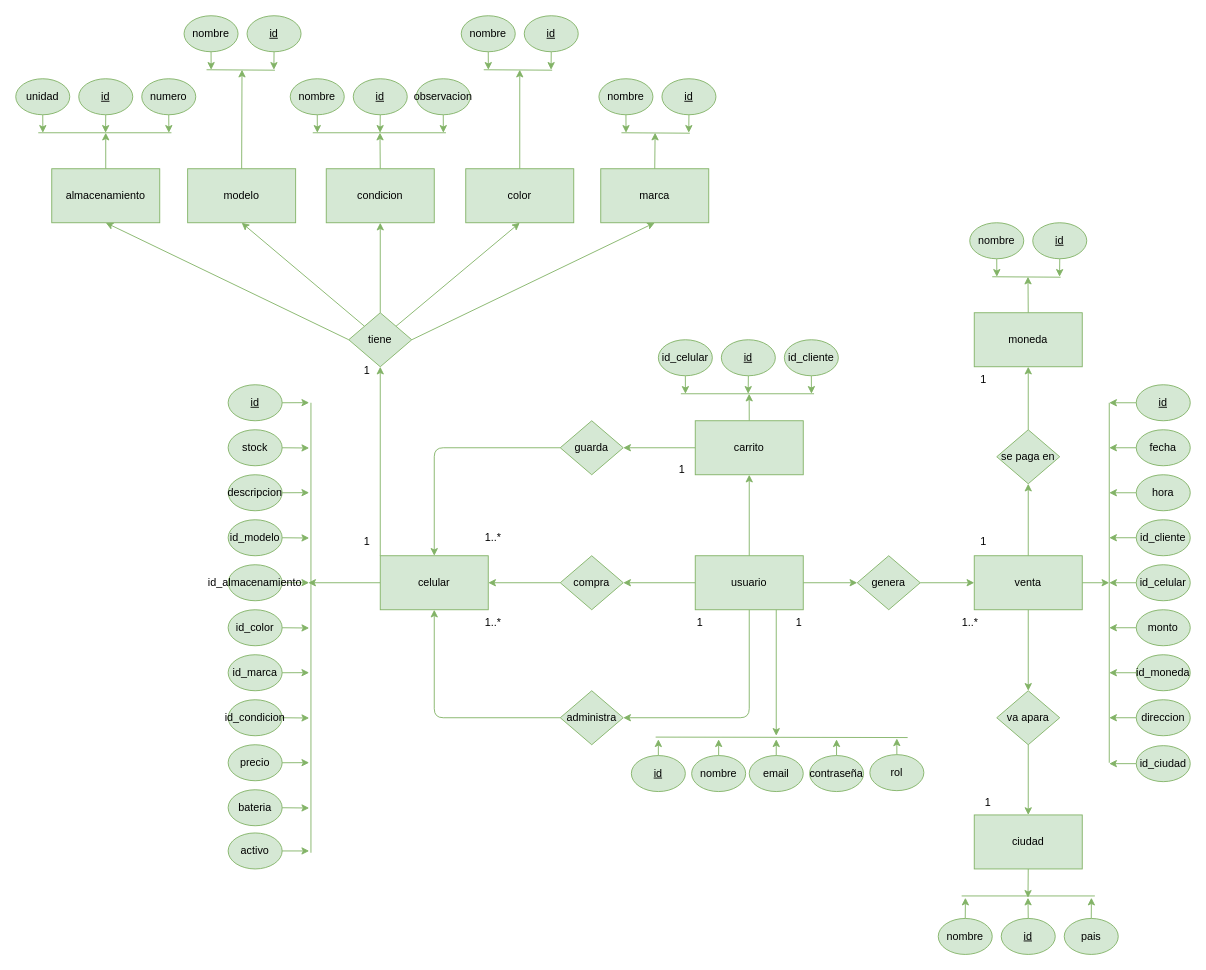
Above: celsmarket/docs/MER.drawio in juanalopez1/celsmarket-webpage (draw.io), before the change. Source tidied: cells renumbered, new cells numbered last; positions are measured from the earlier drawing's top-left corner, leaving out a move shared by most shapes. Both pictures are drawn from the tidied source at 90%, with x=0, y=0 at pixel (15, 15).
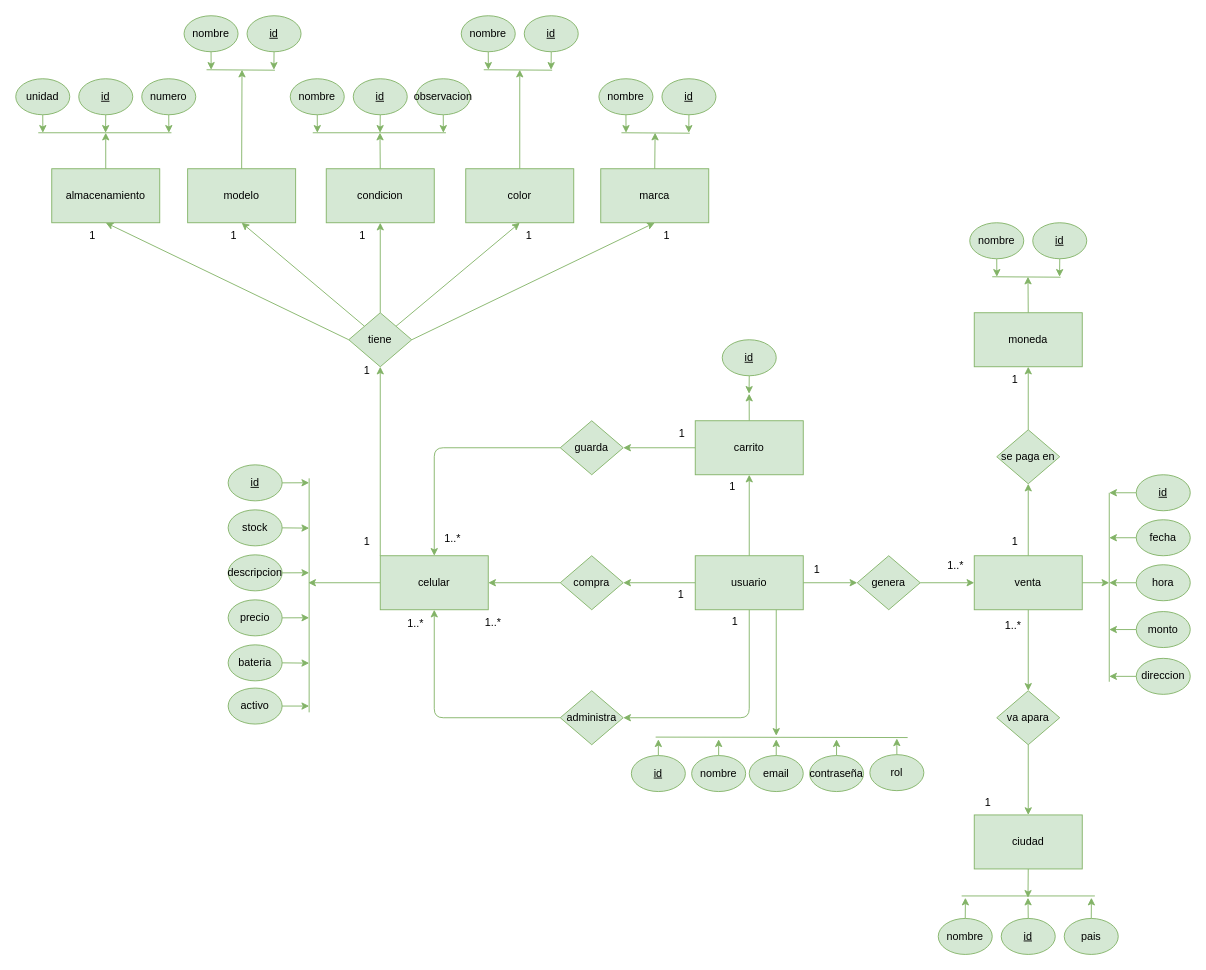
The same diagram, later.

Change to the diagram source:
```diff
@@
     <mxCell id="11" style="edgeStyle=none;html=1;exitX=1;exitY=0.5;exitDx=0;exitDy=0;fillColor=#d5e8d4;strokeColor=#82b366;" parent="1" edge="1" source="12">
       <mxGeometry relative="1" as="geometry">
-        <mxPoint x="326" y="429.9" as="targetPoint" />
+        <mxPoint x="326" y="518.9" as="targetPoint" />
       </mxGeometry>
     </mxCell>
     <mxCell id="12" value="&lt;u&gt;id&lt;/u&gt;" style="ellipse;whiteSpace=wrap;html=1;fillColor=#d5e8d4;strokeColor=#82b366;" parent="1" vertex="1">
-      <mxGeometry x="236" y="410" width="60" height="40" as="geometry" />
+      <mxGeometry x="236" y="499" width="60" height="40" as="geometry" />
     </mxCell>
     <mxCell id="13" style="edgeStyle=none;html=1;exitX=1;exitY=0.5;exitDx=0;exitDy=0;fillColor=#d5e8d4;strokeColor=#82b366;" parent="1" edge="1" source="14">
       <mxGeometry relative="1" as="geometry">
-        <mxPoint x="326" y="480.3" as="targetPoint" />
+        <mxPoint x="326" y="569.3" as="targetPoint" />
       </mxGeometry>
     </mxCell>
     <mxCell id="14" value="stock" style="ellipse;whiteSpace=wrap;html=1;fillColor=#d5e8d4;strokeColor=#82b366;" parent="1" vertex="1">
-      <mxGeometry x="236" y="460" width="60" height="40" as="geometry" />
+      <mxGeometry x="236" y="549" width="60" height="40" as="geometry" />
     </mxCell>
     <mxCell id="15" style="edgeStyle=none;html=1;exitX=1;exitY=0.5;exitDx=0;exitDy=0;fillColor=#d5e8d4;strokeColor=#82b366;" parent="1" edge="1" source="16">
       <mxGeometry relative="1" as="geometry">
-        <mxPoint x="326" y="529.9" as="targetPoint" />
+        <mxPoint x="326" y="618.9" as="targetPoint" />
       </mxGeometry>
     </mxCell>
     <mxCell id="16" value="descripcion" style="ellipse;whiteSpace=wrap;html=1;fillColor=#d5e8d4;strokeColor=#82b366;" parent="1" vertex="1">
-      <mxGeometry x="236" y="510" width="60" height="40" as="geometry" />
+      <mxGeometry x="236" y="599" width="60" height="40" as="geometry" />
     </mxCell>
-    <mxCell id="17" style="edgeStyle=none;html=1;exitX=1;exitY=0.5;exitDx=0;exitDy=0;fillColor=#d5e8d4;strokeColor=#82b366;" parent="1" edge="1" source="18">
-      <mxGeometry relative="1" as="geometry">
-        <mxPoint x="326" y="580.3" as="targetPoint" />
-      </mxGeometry>
-    </mxCell>
-    <mxCell id="18" value="id_modelo" style="ellipse;whiteSpace=wrap;html=1;fillColor=#d5e8d4;strokeColor=#82b366;" parent="1" vertex="1">
-      <mxGeometry x="236" y="560" width="60" height="40" as="geometry" />
-    </mxCell>
-    <mxCell id="19" style="edgeStyle=none;html=1;exitX=1;exitY=0.5;exitDx=0;exitDy=0;fillColor=#d5e8d4;strokeColor=#82b366;" parent="1" edge="1" source="20">
-      <mxGeometry relative="1" as="geometry">
-        <mxPoint x="326" y="680.3" as="targetPoint" />
-      </mxGeometry>
-    </mxCell>
-    <mxCell id="20" value="id_color" style="ellipse;whiteSpace=wrap;html=1;fillColor=#d5e8d4;strokeColor=#82b366;" parent="1" vertex="1">
-      <mxGeometry x="236" y="660" width="60" height="40" as="geometry" />
-    </mxCell>
-    <mxCell id="21" style="edgeStyle=none;html=1;exitX=1;exitY=0.5;exitDx=0;exitDy=0;fillColor=#d5e8d4;strokeColor=#82b366;" parent="1" edge="1" source="22">
-      <mxGeometry relative="1" as="geometry">
-        <mxPoint x="326" y="629.9" as="targetPoint" />
-      </mxGeometry>
-    </mxCell>
-    <mxCell id="22" value="id_almacenamiento" style="ellipse;whiteSpace=wrap;html=1;fillColor=#d5e8d4;strokeColor=#82b366;" parent="1" vertex="1">
-      <mxGeometry x="236" y="610" width="60" height="40" as="geometry" />
-    </mxCell>
-    <mxCell id="23" style="edgeStyle=none;html=1;exitX=1;exitY=0.5;exitDx=0;exitDy=0;fillColor=#d5e8d4;strokeColor=#82b366;" parent="1" edge="1" source="24">
-      <mxGeometry relative="1" as="geometry">
-        <mxPoint x="326" y="729.9" as="targetPoint" />
-      </mxGeometry>
-    </mxCell>
-    <mxCell id="24" value="id_marca" style="ellipse;whiteSpace=wrap;html=1;fillColor=#d5e8d4;strokeColor=#82b366;" parent="1" vertex="1">
-      <mxGeometry x="236" y="710" width="60" height="40" as="geometry" />
-    </mxCell>
-    <mxCell id="25" style="edgeStyle=none;html=1;exitX=1;exitY=0.5;exitDx=0;exitDy=0;fillColor=#d5e8d4;strokeColor=#82b366;" parent="1" edge="1" source="26">
-      <mxGeometry relative="1" as="geometry">
-        <mxPoint x="326" y="780.3" as="targetPoint" />
-      </mxGeometry>
-    </mxCell>
-    <mxCell id="26" value="id_condicion" style="ellipse;whiteSpace=wrap;html=1;fillColor=#d5e8d4;strokeColor=#82b366;" parent="1" vertex="1">
-      <mxGeometry x="236" y="760" width="60" height="40" as="geometry" />
-    </mxCell>
     <mxCell id="27" style="edgeStyle=none;html=1;exitX=1;exitY=0.5;exitDx=0;exitDy=0;fillColor=#d5e8d4;strokeColor=#82b366;" parent="1" edge="1" source="28">
       <mxGeometry relative="1" as="geometry">
-        <mxPoint x="326" y="829.9" as="targetPoint" />
+        <mxPoint x="326" y="668.9" as="targetPoint" />
       </mxGeometry>
     </mxCell>
     <mxCell id="28" value="precio" style="ellipse;whiteSpace=wrap;html=1;fillColor=#d5e8d4;strokeColor=#82b366;" parent="1" vertex="1">
-      <mxGeometry x="236" y="810" width="60" height="40" as="geometry" />
+      <mxGeometry x="236" y="649" width="60" height="40" as="geometry" />
     </mxCell>
     <mxCell id="29" style="edgeStyle=none;html=1;exitX=1;exitY=0.5;exitDx=0;exitDy=0;fillColor=#d5e8d4;strokeColor=#82b366;" parent="1" edge="1" source="30">
       <mxGeometry relative="1" as="geometry">
-        <mxPoint x="326" y="880.3" as="targetPoint" />
+        <mxPoint x="326" y="719.3" as="targetPoint" />
       </mxGeometry>
     </mxCell>
     <mxCell id="30" value="bateria" style="ellipse;whiteSpace=wrap;html=1;fillColor=#d5e8d4;strokeColor=#82b366;" parent="1" vertex="1">
-      <mxGeometry x="236" y="860" width="60" height="40" as="geometry" />
+      <mxGeometry x="236" y="699" width="60" height="40" as="geometry" />
     </mxCell>
@@
     <mxCell id="36" value="1" style="text;html=1;align=center;verticalAlign=middle;strokeColor=none;fillColor=none;" parent="1" vertex="1">
-      <mxGeometry x="745" y="660" width="30" height="30" as="geometry" />
+      <mxGeometry x="724" y="628" width="30" height="30" as="geometry" />
     </mxCell>
     <mxCell id="37" style="endArrow=none;html=1;fillColor=#d5e8d4;strokeColor=#82b366;" parent="1" edge="1">
       <mxGeometry relative="1" as="geometry">
-        <mxPoint x="328" y="930" as="sourcePoint" />
-        <mxPoint x="328" y="430" as="targetPoint" />
+        <mxPoint x="326" y="774" as="sourcePoint" />
+        <mxPoint x="326" y="514" as="targetPoint" />
       </mxGeometry>
     </mxCell>
@@
     <mxCell id="43" value="1..*" style="text;html=1;align=center;verticalAlign=middle;strokeColor=none;fillColor=none;" parent="1" vertex="1">
-      <mxGeometry x="510" y="565" width="40" height="30" as="geometry" />
+      <mxGeometry x="465" y="566" width="40" height="30" as="geometry" />
     </mxCell>
     <mxCell id="44" value="1" style="text;html=1;align=center;verticalAlign=middle;strokeColor=none;fillColor=none;" parent="1" vertex="1">
-      <mxGeometry x="725" y="490" width="30" height="30" as="geometry" />
+      <mxGeometry x="781" y="509" width="30" height="30" as="geometry" />
     </mxCell>
     <mxCell id="45" style="edgeStyle=none;html=1;exitX=1;exitY=0.5;exitDx=0;exitDy=0;fillColor=#d5e8d4;strokeColor=#82b366;" parent="1" edge="1" source="46">
       <mxGeometry relative="1" as="geometry">
-        <mxPoint x="326" y="928" as="targetPoint" />
+        <mxPoint x="326" y="767" as="targetPoint" />
       </mxGeometry>
     </mxCell>
     <mxCell id="46" value="activo" style="ellipse;whiteSpace=wrap;html=1;fillColor=#d5e8d4;strokeColor=#82b366;" parent="1" vertex="1">
-      <mxGeometry x="236" y="908" width="60" height="40" as="geometry" />
+      <mxGeometry x="236" y="747" width="60" height="40" as="geometry" />
     </mxCell>
@@
     <mxCell id="53" value="1" style="text;html=1;align=center;verticalAlign=middle;strokeColor=none;fillColor=none;" parent="1" vertex="1">
-      <mxGeometry x="855" y="660" width="30" height="30" as="geometry" />
+      <mxGeometry x="875" y="601" width="30" height="30" as="geometry" />
     </mxCell>
     <mxCell id="54" value="1..*" style="text;html=1;align=center;verticalAlign=middle;strokeColor=none;fillColor=none;" parent="1" vertex="1">
-      <mxGeometry x="1040" y="660" width="40" height="30" as="geometry" />
+      <mxGeometry x="1024" y="596" width="40" height="30" as="geometry" />
     </mxCell>
     <mxCell id="55" style="edgeStyle=none;html=1;exitX=0;exitY=0.5;exitDx=0;exitDy=0;fillColor=#d5e8d4;strokeColor=#82b366;" parent="1" edge="1" source="56">
       <mxGeometry relative="1" as="geometry">
-        <mxPoint x="1215" y="430" as="targetPoint" />
+        <mxPoint x="1215" y="530" as="targetPoint" />
       </mxGeometry>
     </mxCell>
     <mxCell id="56" value="&lt;u&gt;id&lt;/u&gt;" style="ellipse;whiteSpace=wrap;html=1;fillColor=#d5e8d4;strokeColor=#82b366;" parent="1" vertex="1">
-      <mxGeometry x="1245" y="410" width="60" height="40" as="geometry" />
+      <mxGeometry x="1245" y="510" width="60" height="40" as="geometry" />
     </mxCell>
     <mxCell id="57" style="edgeStyle=none;html=1;exitX=0;exitY=0.5;exitDx=0;exitDy=0;fillColor=#d5e8d4;strokeColor=#82b366;" parent="1" edge="1" source="58">
       <mxGeometry relative="1" as="geometry">
-        <mxPoint x="1215" y="480" as="targetPoint" />
+        <mxPoint x="1215" y="580" as="targetPoint" />
       </mxGeometry>
     </mxCell>
     <mxCell id="58" value="fecha" style="ellipse;whiteSpace=wrap;html=1;fillColor=#d5e8d4;strokeColor=#82b366;" parent="1" vertex="1">
-      <mxGeometry x="1245" y="460" width="60" height="40" as="geometry" />
+      <mxGeometry x="1245" y="560" width="60" height="40" as="geometry" />
     </mxCell>
     <mxCell id="59" style="edgeStyle=none;html=1;exitX=0;exitY=0.5;exitDx=0;exitDy=0;fillColor=#d5e8d4;strokeColor=#82b366;" parent="1" edge="1" source="60">
       <mxGeometry relative="1" as="geometry">
-        <mxPoint x="1215" y="530" as="targetPoint" />
+        <mxPoint x="1215" y="630" as="targetPoint" />
       </mxGeometry>
     </mxCell>
     <mxCell id="60" value="hora" style="ellipse;whiteSpace=wrap;html=1;fillColor=#d5e8d4;strokeColor=#82b366;" parent="1" vertex="1">
-      <mxGeometry x="1245" y="510" width="60" height="40" as="geometry" />
+      <mxGeometry x="1245" y="610" width="60" height="40" as="geometry" />
     </mxCell>
-    <mxCell id="61" style="edgeStyle=none;html=1;exitX=0;exitY=0.5;exitDx=0;exitDy=0;fillColor=#d5e8d4;strokeColor=#82b366;" parent="1" edge="1" source="62">
-      <mxGeometry relative="1" as="geometry">
-        <mxPoint x="1215" y="580" as="targetPoint" />
-      </mxGeometry>
-    </mxCell>
-    <mxCell id="62" value="id_cliente" style="ellipse;whiteSpace=wrap;html=1;fillColor=#d5e8d4;strokeColor=#82b366;" parent="1" vertex="1">
-      <mxGeometry x="1245" y="560" width="60" height="40" as="geometry" />
-    </mxCell>
     <mxCell id="63" style="edgeStyle=none;html=1;exitX=0;exitY=0.5;exitDx=0;exitDy=0;fillColor=#d5e8d4;strokeColor=#82b366;" parent="1" edge="1" source="64">
       <mxGeometry relative="1" as="geometry">
-        <mxPoint x="1215" y="680" as="targetPoint" />
+        <mxPoint x="1215" y="682" as="targetPoint" />
       </mxGeometry>
     </mxCell>
     <mxCell id="64" value="monto" style="ellipse;whiteSpace=wrap;html=1;fillColor=#d5e8d4;strokeColor=#82b366;" parent="1" vertex="1">
-      <mxGeometry x="1245" y="660" width="60" height="40" as="geometry" />
+      <mxGeometry x="1245" y="662" width="60" height="40" as="geometry" />
     </mxCell>
-    <mxCell id="65" style="edgeStyle=none;html=1;exitX=0;exitY=0.5;exitDx=0;exitDy=0;fillColor=#d5e8d4;strokeColor=#82b366;" parent="1" edge="1" source="66">
-      <mxGeometry relative="1" as="geometry">
-        <mxPoint x="1215" y="630" as="targetPoint" />
-      </mxGeometry>
-    </mxCell>
-    <mxCell id="66" value="id_celular" style="ellipse;whiteSpace=wrap;html=1;fillColor=#d5e8d4;strokeColor=#82b366;" parent="1" vertex="1">
-      <mxGeometry x="1245" y="610" width="60" height="40" as="geometry" />
-    </mxCell>
-    <mxCell id="67" style="edgeStyle=none;html=1;exitX=0;exitY=0.5;exitDx=0;exitDy=0;fillColor=#d5e8d4;strokeColor=#82b366;" parent="1" edge="1" source="68">
-      <mxGeometry relative="1" as="geometry">
-        <mxPoint x="1215" y="730" as="targetPoint" />
-      </mxGeometry>
-    </mxCell>
-    <mxCell id="68" value="id_moneda" style="ellipse;whiteSpace=wrap;html=1;fillColor=#d5e8d4;strokeColor=#82b366;" parent="1" vertex="1">
-      <mxGeometry x="1245" y="710" width="60" height="40" as="geometry" />
-    </mxCell>
     <mxCell id="69" style="edgeStyle=none;html=1;exitX=0;exitY=0.5;exitDx=0;exitDy=0;fillColor=#d5e8d4;strokeColor=#82b366;" parent="1" edge="1" source="70">
       <mxGeometry relative="1" as="geometry">
-        <mxPoint x="1215" y="780" as="targetPoint" />
+        <mxPoint x="1215" y="734" as="targetPoint" />
       </mxGeometry>
     </mxCell>
     <mxCell id="70" value="direccion" style="ellipse;whiteSpace=wrap;html=1;fillColor=#d5e8d4;strokeColor=#82b366;" parent="1" vertex="1">
-      <mxGeometry x="1245" y="760" width="60" height="40" as="geometry" />
+      <mxGeometry x="1245" y="714" width="60" height="40" as="geometry" />
     </mxCell>
-    <mxCell id="71" style="edgeStyle=none;html=1;exitX=0;exitY=0.5;exitDx=0;exitDy=0;fillColor=#d5e8d4;strokeColor=#82b366;" parent="1" edge="1" source="72">
-      <mxGeometry relative="1" as="geometry">
-        <mxPoint x="1215" y="831" as="targetPoint" />
-      </mxGeometry>
-    </mxCell>
-    <mxCell id="72" value="id_ciudad" style="ellipse;whiteSpace=wrap;html=1;fillColor=#d5e8d4;strokeColor=#82b366;" parent="1" vertex="1">
-      <mxGeometry x="1245" y="811" width="60" height="40" as="geometry" />
-    </mxCell>
     <mxCell id="73" style="endArrow=none;html=1;fillColor=#d5e8d4;strokeColor=#82b366;" parent="1" edge="1">
       <mxGeometry relative="1" as="geometry">
-        <mxPoint x="1215" y="830" as="sourcePoint" />
-        <mxPoint x="1215" y="430" as="targetPoint" />
+        <mxPoint x="1215" y="740" as="sourcePoint" />
+        <mxPoint x="1215" y="530" as="targetPoint" />
       </mxGeometry>
     </mxCell>
@@
-    <mxCell id="83" style="edgeStyle=none;html=1;exitX=0.5;exitY=1;exitDx=0;exitDy=0;fillColor=#d5e8d4;strokeColor=#82b366;" parent="1" edge="1" source="84">
-      <mxGeometry relative="1" as="geometry">
-        <mxPoint x="744.1" y="420" as="targetPoint" />
-      </mxGeometry>
-    </mxCell>
-    <mxCell id="84" value="id_celular" style="ellipse;whiteSpace=wrap;html=1;fillColor=#d5e8d4;strokeColor=#82b366;" parent="1" vertex="1">
-      <mxGeometry x="714" y="360" width="60" height="40" as="geometry" />
-    </mxCell>
     <mxCell id="85" style="edgeStyle=none;html=1;exitX=0.5;exitY=1;exitDx=0;exitDy=0;fillColor=#d5e8d4;strokeColor=#82b366;" parent="1" edge="1" source="86">
       <mxGeometry relative="1" as="geometry">
-        <mxPoint x="813.8" y="420" as="targetPoint" />
+        <mxPoint x="814.8" y="420" as="targetPoint" />
       </mxGeometry>
     </mxCell>
     <mxCell id="86" value="&lt;u&gt;id&lt;/u&gt;" style="ellipse;whiteSpace=wrap;html=1;fillColor=#d5e8d4;strokeColor=#82b366;" parent="1" vertex="1">
-      <mxGeometry x="784" y="360" width="60" height="40" as="geometry" />
+      <mxGeometry x="785" y="360" width="60" height="40" as="geometry" />
     </mxCell>
-    <mxCell id="87" style="endArrow=none;html=1;fillColor=#d5e8d4;strokeColor=#82b366;" parent="1" edge="1">
-      <mxGeometry relative="1" as="geometry">
-        <mxPoint x="739" y="420" as="sourcePoint" />
-        <mxPoint x="887" y="420" as="targetPoint" />
-      </mxGeometry>
-    </mxCell>
-    <mxCell id="88" style="edgeStyle=none;html=1;exitX=0.5;exitY=1;exitDx=0;exitDy=0;fillColor=#d5e8d4;strokeColor=#82b366;" parent="1" edge="1" source="89">
-      <mxGeometry relative="1" as="geometry">
-        <mxPoint x="884.1" y="420" as="targetPoint" />
-      </mxGeometry>
-    </mxCell>
-    <mxCell id="89" value="id_cliente" style="ellipse;whiteSpace=wrap;html=1;fillColor=#d5e8d4;strokeColor=#82b366;" parent="1" vertex="1">
-      <mxGeometry x="854" y="360" width="60" height="40" as="geometry" />
-    </mxCell>
@@
     <mxCell id="159" value="1" style="text;html=1;align=center;verticalAlign=middle;strokeColor=none;fillColor=none;" parent="1" vertex="1">
-      <mxGeometry x="1060" y="390" width="30" height="30" as="geometry" />
+      <mxGeometry x="1095" y="390" width="30" height="30" as="geometry" />
     </mxCell>
     <mxCell id="160" value="1" style="text;html=1;align=center;verticalAlign=middle;strokeColor=none;fillColor=none;" parent="1" vertex="1">
-      <mxGeometry x="1060" y="570" width="30" height="30" as="geometry" />
+      <mxGeometry x="1095" y="570" width="30" height="30" as="geometry" />
     </mxCell>
@@
+    <mxCell id="162" value="1" style="text;html=1;align=center;verticalAlign=middle;strokeColor=none;fillColor=none;" parent="1" vertex="1">
+      <mxGeometry x="70" y="230" width="30" height="30" as="geometry" />
+    </mxCell>
+    <mxCell id="163" value="1" style="text;html=1;align=center;verticalAlign=middle;strokeColor=none;fillColor=none;" parent="1" vertex="1">
+      <mxGeometry x="227" y="230" width="30" height="30" as="geometry" />
+    </mxCell>
+    <mxCell id="164" value="1" style="text;html=1;align=center;verticalAlign=middle;strokeColor=none;fillColor=none;" parent="1" vertex="1">
+      <mxGeometry x="370" y="230" width="30" height="30" as="geometry" />
+    </mxCell>
+    <mxCell id="165" value="1" style="text;html=1;align=center;verticalAlign=middle;strokeColor=none;fillColor=none;" parent="1" vertex="1">
+      <mxGeometry x="555" y="230" width="30" height="30" as="geometry" />
+    </mxCell>
+    <mxCell id="166" value="1" style="text;html=1;align=center;verticalAlign=middle;strokeColor=none;fillColor=none;" parent="1" vertex="1">
+      <mxGeometry x="708" y="230" width="30" height="30" as="geometry" />
+    </mxCell>
+    <mxCell id="167" value="1" style="text;html=1;align=center;verticalAlign=middle;strokeColor=none;fillColor=none;" parent="1" vertex="1">
+      <mxGeometry x="725" y="450" width="30" height="30" as="geometry" />
+    </mxCell>
+    <mxCell id="168" value="1..*" style="text;html=1;align=center;verticalAlign=middle;strokeColor=none;fillColor=none;" parent="1" vertex="1">
+      <mxGeometry x="1088" y="663" width="40" height="30" as="geometry" />
+    </mxCell>
+    <mxCell id="169" value="1..*" style="text;html=1;align=center;verticalAlign=middle;strokeColor=none;fillColor=none;" parent="1" vertex="1">
+      <mxGeometry x="424" y="661" width="40" height="30" as="geometry" />
+    </mxCell>
+    <mxCell id="170" value="1" style="text;html=1;align=center;verticalAlign=middle;strokeColor=none;fillColor=none;" parent="1" vertex="1">
+      <mxGeometry x="784" y="659" width="30" height="30" as="geometry" />
+    </mxCell>
```
